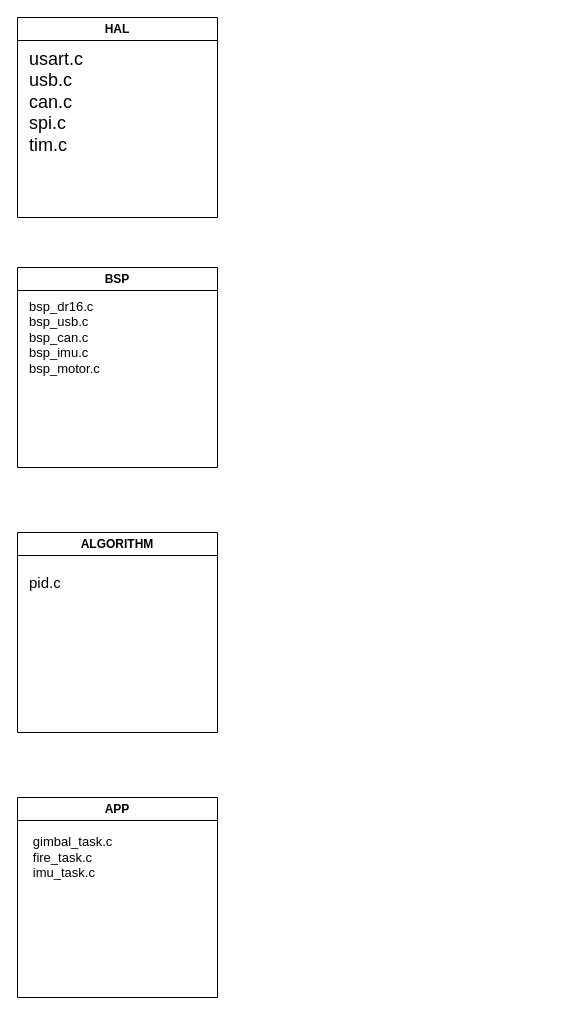
This is demo.drawio from CAYON2023/Git-CAYON, a draw.io file, before an edit. Source tidied: cells renumbered, new cells numbered last; positions are measured from the earlier drawing's top-left corner, leaving out a move shared by most shapes. Both pictures are drawn from the tidied source at 100%, with x=0, y=0 at pixel (17, 17).
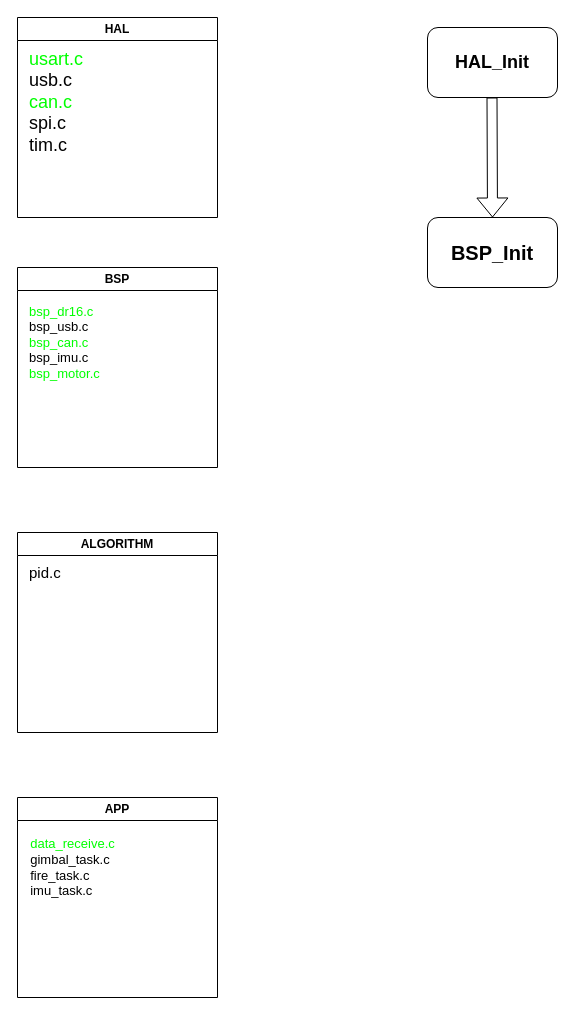
The same diagram, later.

What changed in the source:
```diff
@@
 <mxGraphModel>
   <root>
     <mxCell id="0" />
     <mxCell id="1" parent="0" />
     <mxCell id="2" value="HAL" style="swimlane;whiteSpace=wrap;html=1;" parent="1" vertex="1">
       <mxGeometry width="200" height="200" as="geometry" />
     </mxCell>
-    <mxCell id="3" value="&lt;font style=&quot;font-size: 18px;&quot;&gt;usart.c&lt;br&gt;usb.c&lt;br&gt;can.c&lt;br&gt;spi.c&lt;br&gt;tim.c&lt;/font&gt;" style="text;html=1;align=left;verticalAlign=middle;strokeColor=none;fillColor=none;" parent="2" vertex="1">
+    <mxCell id="3" value="&lt;font style=&quot;font-size: 18px;&quot;&gt;&lt;font color=&quot;#00ff00&quot;&gt;usart.c&lt;br&gt;&lt;/font&gt;usb.c&lt;br&gt;&lt;font color=&quot;#00ff00&quot;&gt;can.c&lt;br&gt;&lt;/font&gt;spi.c&lt;br&gt;tim.c&lt;/font&gt;" style="text;html=1;align=left;verticalAlign=middle;strokeColor=none;fillColor=none;" parent="2" vertex="1">
       <mxGeometry x="10" y="25" width="80" height="120" as="geometry" />
     </mxCell>
     <mxCell id="4" value="BSP" style="swimlane;whiteSpace=wrap;html=1;" parent="1" vertex="1">
       <mxGeometry y="250" width="200" height="200" as="geometry" />
     </mxCell>
-    <mxCell id="5" value="bsp_dr16.c&lt;br style=&quot;font-size: 13px;&quot;&gt;bsp_usb.c&lt;br style=&quot;font-size: 13px;&quot;&gt;bsp_can.c&lt;br style=&quot;font-size: 13px;&quot;&gt;bsp_imu.c&lt;br&gt;bsp_motor.c" style="text;html=1;align=left;verticalAlign=middle;strokeColor=none;fillColor=none;fontStyle=0;fontSize=13;" parent="4" vertex="1">
-      <mxGeometry x="10" y="25" width="90" height="90" as="geometry" />
+    <mxCell id="5" value="&lt;font color=&quot;#00ff00&quot;&gt;bsp_dr16.c&lt;/font&gt;&lt;br style=&quot;font-size: 13px;&quot;&gt;bsp_usb.c&lt;br style=&quot;font-size: 13px;&quot;&gt;&lt;font color=&quot;#00ff00&quot;&gt;bsp_can.c&lt;/font&gt;&lt;br style=&quot;font-size: 13px;&quot;&gt;bsp_imu.c&lt;br&gt;&lt;font color=&quot;#00ff00&quot;&gt;bsp_motor.c&lt;/font&gt;" style="text;html=1;align=left;verticalAlign=middle;strokeColor=none;fillColor=none;fontStyle=0;fontSize=13;" parent="4" vertex="1">
+      <mxGeometry x="10" y="30" width="90" height="90" as="geometry" />
     </mxCell>
     <mxCell id="6" value="APP" style="swimlane;whiteSpace=wrap;html=1;" parent="1" vertex="1">
       <mxGeometry y="780" width="200" height="200" as="geometry" />
     </mxCell>
-    <mxCell id="7" value="&lt;div style=&quot;text-align: left; font-size: 13px;&quot;&gt;&lt;span style=&quot;background-color: initial; font-size: 13px;&quot;&gt;gimbal_task.c&lt;/span&gt;&lt;/div&gt;&lt;div style=&quot;text-align: left; font-size: 13px;&quot;&gt;&lt;span style=&quot;background-color: initial; font-size: 13px;&quot;&gt;fire_task.c&lt;/span&gt;&lt;/div&gt;&lt;div style=&quot;text-align: left; font-size: 13px;&quot;&gt;&lt;span style=&quot;background-color: initial; font-size: 13px;&quot;&gt;imu_task.c&lt;/span&gt;&lt;/div&gt;" style="text;html=1;align=center;verticalAlign=middle;strokeColor=none;fillColor=none;fontSize=13;" parent="6" vertex="1">
-      <mxGeometry x="5" y="30" width="100" height="60" as="geometry" />
+    <mxCell id="7" value="&lt;div style=&quot;text-align: left; font-size: 13px;&quot;&gt;&lt;span style=&quot;background-color: initial; font-size: 13px;&quot;&gt;&lt;font color=&quot;#00ff00&quot;&gt;data_receive.c&lt;/font&gt;&lt;/span&gt;&lt;/div&gt;&lt;div style=&quot;text-align: left; font-size: 13px;&quot;&gt;&lt;span style=&quot;background-color: initial; font-size: 13px;&quot;&gt;gimbal_task.c&lt;/span&gt;&lt;/div&gt;&lt;div style=&quot;text-align: left; font-size: 13px;&quot;&gt;&lt;span style=&quot;background-color: initial; font-size: 13px;&quot;&gt;fire_task.c&lt;/span&gt;&lt;/div&gt;&lt;div style=&quot;text-align: left; font-size: 13px;&quot;&gt;&lt;span style=&quot;background-color: initial; font-size: 13px;&quot;&gt;imu_task.c&lt;/span&gt;&lt;/div&gt;" style="text;html=1;align=center;verticalAlign=middle;strokeColor=none;fillColor=none;fontSize=13;" parent="6" vertex="1">
+      <mxGeometry y="30" width="110" height="80" as="geometry" />
     </mxCell>
     <mxCell id="8" value="ALGORITHM" style="swimlane;whiteSpace=wrap;html=1;fontSize=12;" parent="1" vertex="1">
       <mxGeometry y="515" width="200" height="200" as="geometry" />
     </mxCell>
     <mxCell id="9" value="&lt;font style=&quot;font-size: 15px;&quot;&gt;&lt;span&gt;pid.c&lt;/span&gt;&lt;/font&gt;" style="text;html=1;align=left;verticalAlign=middle;strokeColor=none;fillColor=none;fontStyle=0;" parent="8" vertex="1">
-      <mxGeometry x="10" y="35" width="60" height="30" as="geometry" />
+      <mxGeometry x="10" y="25" width="60" height="30" as="geometry" />
     </mxCell>
+    <mxCell id="10" value="&lt;b&gt;&lt;font style=&quot;font-size: 18px;&quot;&gt;HAL_Init&lt;/font&gt;&lt;/b&gt;" style="rounded=1;whiteSpace=wrap;html=1;" parent="1" vertex="1">
+      <mxGeometry x="410" y="10" width="130" height="70" as="geometry" />
+    </mxCell>
+    <mxCell id="11" style="shape=flexArrow;endArrow=classic;html=1;rounded=0;" parent="1" edge="1">
+      <mxGeometry relative="1" as="geometry">
+        <mxPoint x="474.5" y="80" as="sourcePoint" />
+        <mxPoint x="475" y="200" as="targetPoint" />
+      </mxGeometry>
+    </mxCell>
+    <mxCell id="12" value="&lt;b&gt;&lt;font style=&quot;font-size: 20px;&quot;&gt;BSP_Init&lt;/font&gt;&lt;/b&gt;" style="rounded=1;whiteSpace=wrap;html=1;" parent="1" vertex="1">
+      <mxGeometry x="410" y="200" width="130" height="70" as="geometry" />
+    </mxCell>
   </root>
 </mxGraphModel>
```
